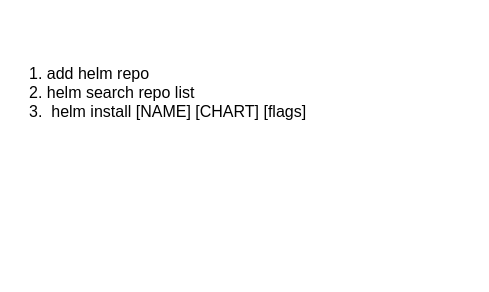
Before: helm.drawio in thh6282/draw-in-drawio, a draw.io diagram. Source tidied: cells renumbered, new cells numbered last; positions are measured from the earlier drawing's top-left corner, leaving out a move shared by most shapes. Both pictures are drawn from the tidied source at 100%, with x=0, y=0 at pixel (27, 17).
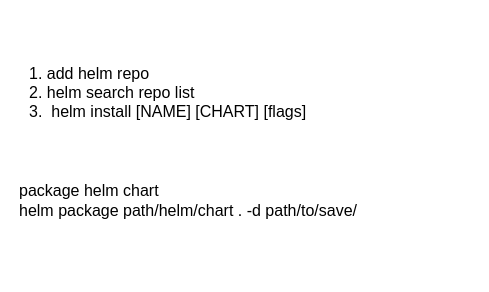
Above is the later version.

Commit message:
package helm chart.drawio

Change to the diagram source:
```diff
@@
 <mxGraphModel>
   <root>
     <mxCell id="0" />
     <mxCell id="1" parent="0" />
     <mxCell id="2" value="1. add helm repo&lt;div style=&quot;font-size: 16px;&quot;&gt;2. helm search repo list&lt;/div&gt;&lt;div style=&quot;font-size: 16px;&quot;&gt;3.&amp;nbsp;&amp;nbsp;helm install [NAME] [CHART] [flags]&lt;/div&gt;" style="text;html=1;align=left;verticalAlign=middle;whiteSpace=wrap;rounded=0;fontSize=16;" parent="1" vertex="1">
       <mxGeometry width="280" height="150" as="geometry" />
     </mxCell>
+    <mxCell id="3" value="package helm chart&lt;br&gt;helm package path/helm/chart . -d path/to/save/" style="text;html=1;align=left;verticalAlign=middle;whiteSpace=wrap;rounded=0;fontSize=16;" parent="1" vertex="1">
+      <mxGeometry x="-10" y="108" width="455" height="150" as="geometry" />
+    </mxCell>
   </root>
 </mxGraphModel>
```
